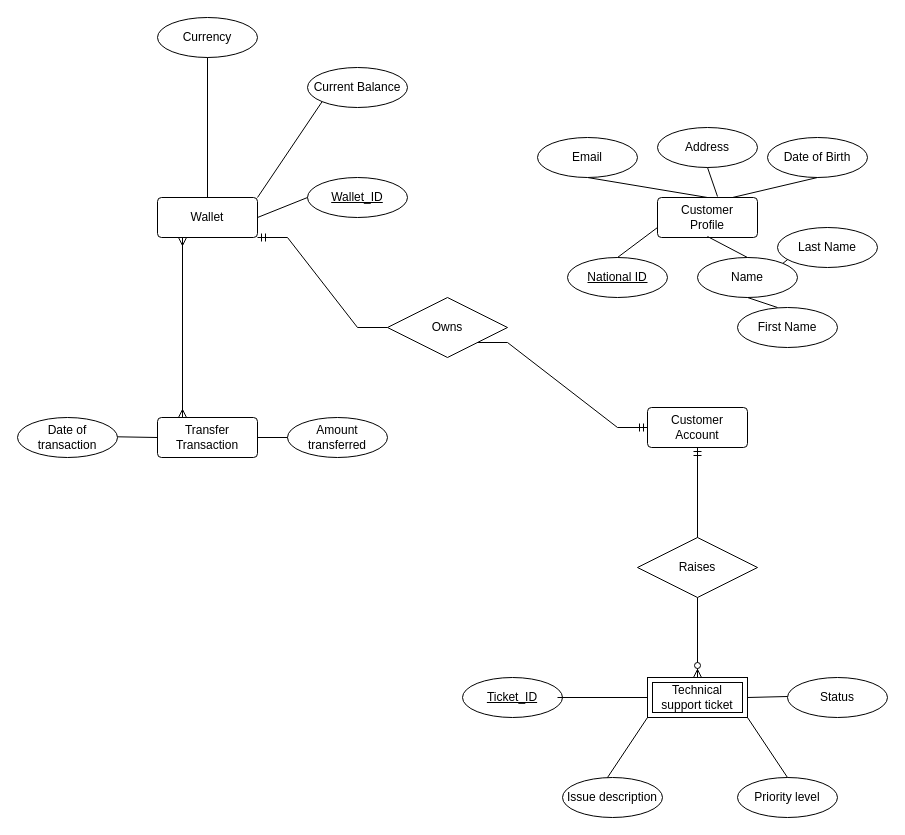
Earlier version of the draw.io diagram Untitled Diagram.drawio (itsfadymate/Customer-Data-Management-System). Source tidied: cells renumbered, new cells numbered last; positions are measured from the earlier drawing's top-left corner, leaving out a move shared by most shapes. Both pictures are drawn from the tidied source at 100%, with x=0, y=0 at pixel (17, 17).
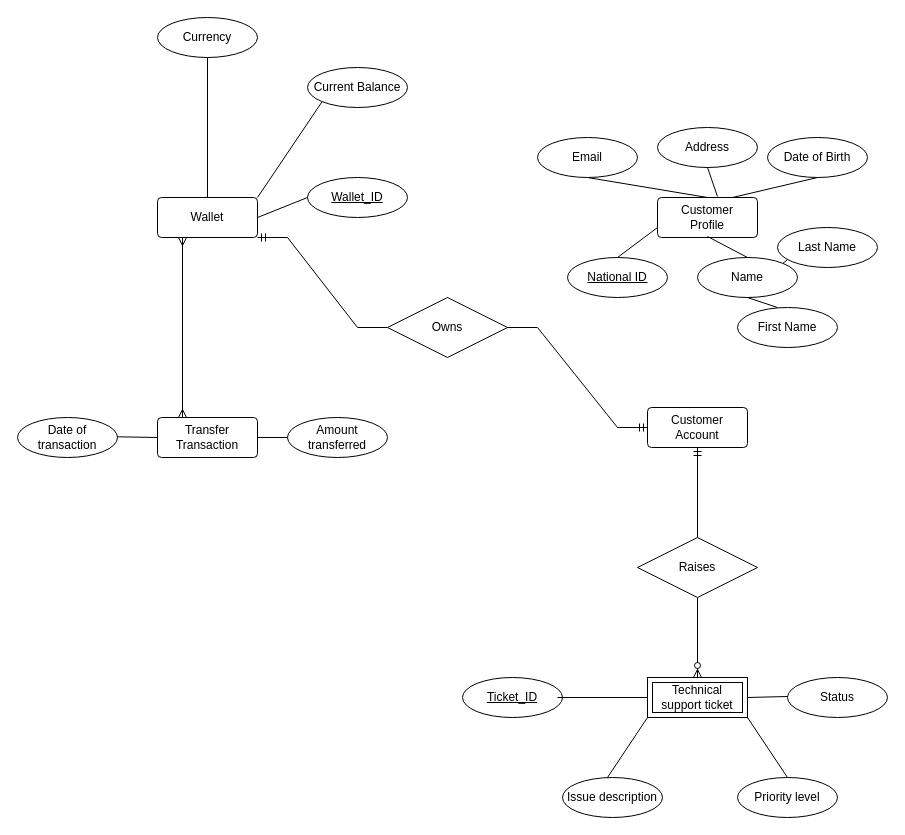
After the change.

Unchanged cells that the change refers to:
```xml
<mxCell id="11" value="Customer Account" style="rounded=1;arcSize=10;whiteSpace=wrap;html=1;align=center;" parent="1" vertex="1">
  <mxGeometry x="630" y="390" width="100" height="40" as="geometry" />
</mxCell>
<mxCell id="13" value="Owns" style="shape=rhombus;perimeter=rhombusPerimeter;whiteSpace=wrap;html=1;align=center;" parent="1" vertex="1">
  <mxGeometry x="370" y="280" width="120" height="60" as="geometry" />
</mxCell>
```

Diff of the diagram source:
```diff
@@
-    <mxCell id="15" style="edgeStyle=entityRelationEdgeStyle;fontSize=12;html=1;endArrow=ERmandOne;rounded=0;entryX=0;entryY=0.5;entryDx=0;entryDy=0;exitX=1;exitY=1;exitDx=0;exitDy=0;" parent="1" edge="1" source="13" target="11">
+    <mxCell id="15" style="edgeStyle=entityRelationEdgeStyle;fontSize=12;html=1;endArrow=ERmandOne;rounded=0;entryX=0;entryY=0.5;entryDx=0;entryDy=0;exitX=1;exitY=0.5;exitDx=0;exitDy=0;" parent="1" edge="1" source="13" target="11">
       <mxGeometry relative="1" as="geometry" />
     </mxCell>
```
